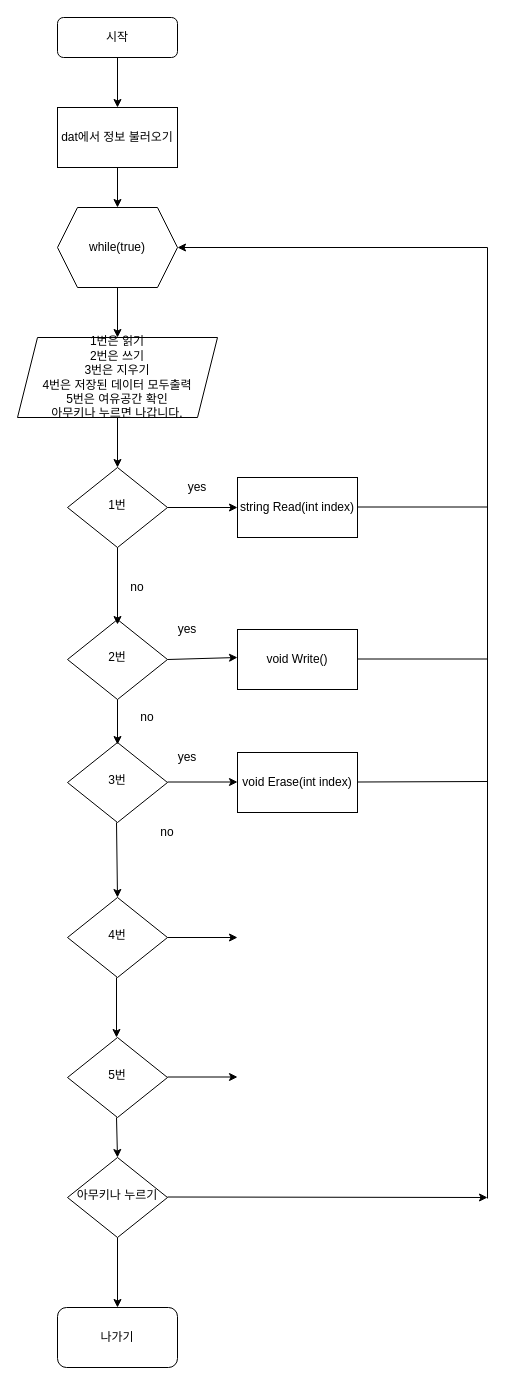
Above: page "Page-1" (1 of 4) of 제목 없는 다이어그램.drawio in creepereye/Git-Tutorial (draw.io), before the change. Source tidied: cells renumbered, new cells numbered last; positions are measured from the earlier drawing's top-left corner, leaving out a move shared by most shapes. Both pictures are drawn from the tidied source at 100%, with x=0, y=0 at pixel (17, 17).
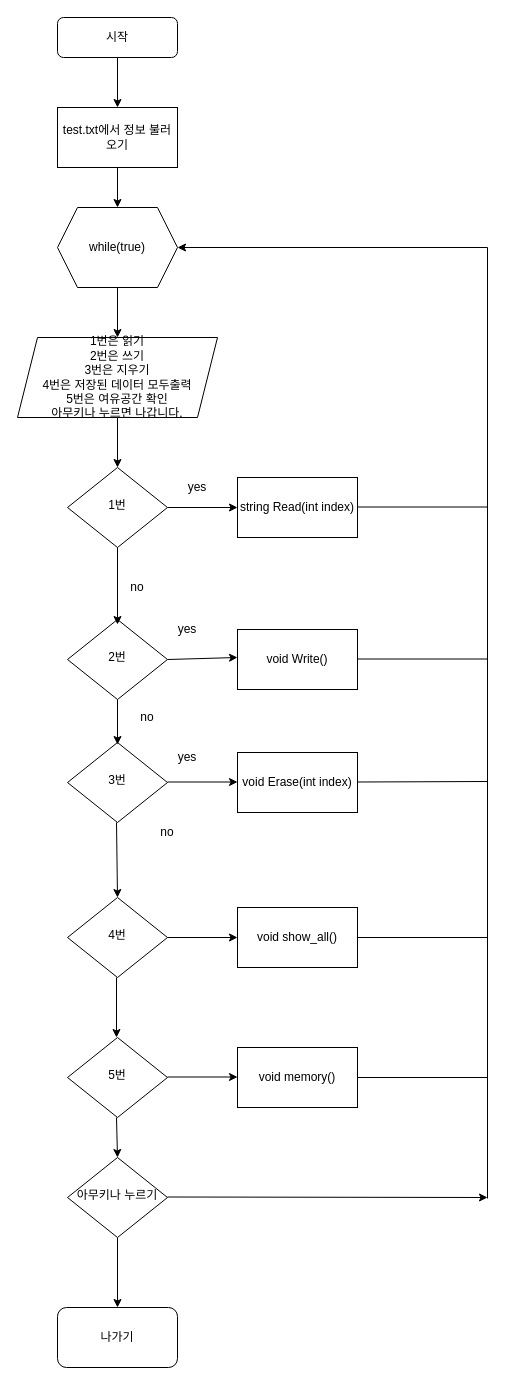
The same diagram, later.

Change to the diagram source:
```diff
@@
-    <mxCell id="4" value="dat에서 정보 불러오기" style="rounded=0;whiteSpace=wrap;html=1;" parent="1" vertex="1">
+    <mxCell id="4" value="test.txt에서 정보 불러오기" style="rounded=0;whiteSpace=wrap;html=1;" parent="1" vertex="1">
       <mxGeometry x="40" y="90" width="120" height="60" as="geometry" />
     </mxCell>
@@
+    <mxCell id="43" value="void show_all()" style="rounded=0;whiteSpace=wrap;html=1;" parent="1" vertex="1">
+      <mxGeometry x="220" y="890" width="120" height="60" as="geometry" />
+    </mxCell>
+    <mxCell id="44" style="endArrow=none;html=1;exitX=1;exitY=0.5;exitDx=0;exitDy=0;" parent="1" edge="1" source="43">
+      <mxGeometry relative="1" as="geometry">
+        <mxPoint x="470" y="920" as="targetPoint" />
+      </mxGeometry>
+    </mxCell>
+    <mxCell id="45" value="void memory()" style="rounded=0;whiteSpace=wrap;html=1;" parent="1" vertex="1">
+      <mxGeometry x="220" y="1030" width="120" height="60" as="geometry" />
+    </mxCell>
+    <mxCell id="46" style="endArrow=none;html=1;exitX=1;exitY=0.5;exitDx=0;exitDy=0;" parent="1" edge="1" source="45">
+      <mxGeometry relative="1" as="geometry">
+        <mxPoint x="470" y="1060" as="targetPoint" />
+      </mxGeometry>
+    </mxCell>
```
